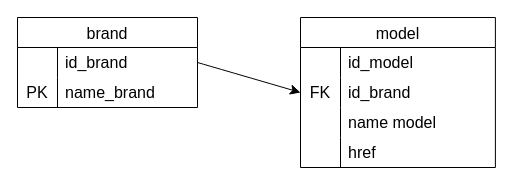
Before: page "Страница 1" (1 of 2) of марки.drawio in Overchenko-Egor/RGR, a draw.io diagram. Source tidied: cells renumbered, new cells numbered last; positions are measured from the earlier drawing's top-left corner, leaving out a move shared by most shapes. Both pictures are drawn from the tidied source at 100%, with x=0, y=0 at pixel (17, 17).
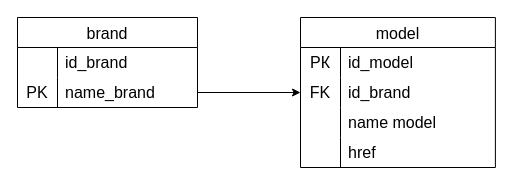
Above is the later version.

Unchanged cells that the change refers to:
```xml
<mxCell id="3" style="shape=tableRow;horizontal=0;startSize=0;swimlaneHead=0;swimlaneBody=0;top=0;left=0;bottom=0;right=0;fillColor=none;points=[[0,0.5],[1,0.5]];portConstraint=eastwest;strokeColor=inherit;fontSize=16;" parent="2" vertex="1">
  <mxGeometry y="30" width="180" height="30" as="geometry" />
</mxCell>
<mxCell id="6" style="shape=tableRow;horizontal=0;startSize=0;swimlaneHead=0;swimlaneBody=0;top=0;left=0;bottom=0;right=0;fillColor=none;points=[[0,0.5],[1,0.5]];portConstraint=eastwest;strokeColor=inherit;fontSize=16;" parent="2" vertex="1">
  <mxGeometry y="60" width="180" height="30" as="geometry" />
</mxCell>
<mxCell id="10" style="shape=tableRow;horizontal=0;startSize=0;swimlaneHead=0;swimlaneBody=0;top=0;left=0;bottom=0;right=0;fillColor=none;strokeColor=inherit;fontSize=16;" parent="9" vertex="1">
  <mxGeometry y="30" width="194.9" height="30" as="geometry" />
</mxCell>
<mxCell id="13" style="shape=tableRow;horizontal=0;startSize=0;swimlaneHead=0;swimlaneBody=0;top=0;left=0;bottom=0;right=0;fillColor=none;points=[[0,0.5],[1,0.5]];portConstraint=eastwest;strokeColor=inherit;fontSize=16;" parent="9" vertex="1">
  <mxGeometry y="60" width="194.9" height="30" as="geometry" />
</mxCell>
```

What changed in the source:
```diff
@@
-    <mxCell id="11" style="shape=partialRectangle;html=1;whiteSpace=wrap;fillColor=none;top=0;left=0;bottom=0;right=0;overflow=hidden;strokeColor=inherit;fontSize=16;" parent="10" vertex="1">
+    <mxCell id="11" value="РК" style="shape=partialRectangle;html=1;whiteSpace=wrap;fillColor=none;top=0;left=0;bottom=0;right=0;overflow=hidden;strokeColor=inherit;fontSize=16;" parent="10" vertex="1">
       <mxGeometry width="40" height="30" as="geometry" />
     </mxCell>
@@
-    <mxCell id="22" style="edgeStyle=none;curved=1;rounded=0;jettySize=auto;html=1;exitX=1;exitY=0.5;exitDx=0;exitDy=0;entryX=0;entryY=0.5;entryDx=0;entryDy=0;fontSize=12;startSize=8;endSize=8;" parent="1" edge="1" source="3" target="13">
-      <mxGeometry relative="1" as="geometry" />
-    </mxCell>
+    <mxCell id="23" style="edgeStyle=orthogonalEdgeStyle;rounded=0;jettySize=auto;html=1;entryX=0;entryY=0.5;entryDx=0;entryDy=0;" parent="1" edge="1" source="6" target="13">
+      <mxGeometry relative="1" as="geometry" />
+    </mxCell>
```
